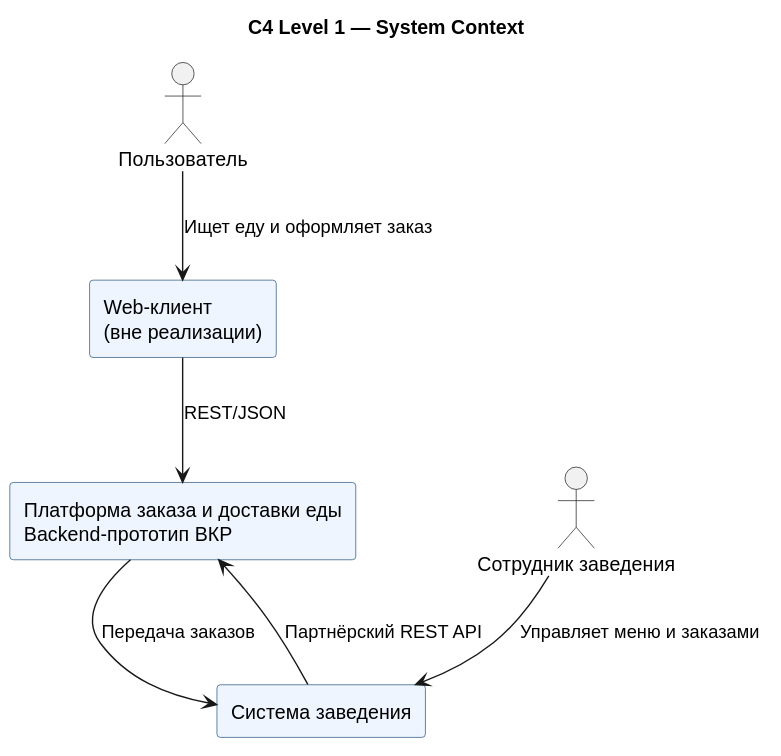
Above: docs/rendered/c4-context.svg in leedcee/restaurant-delivery-microservices (PlantUML), before the change.
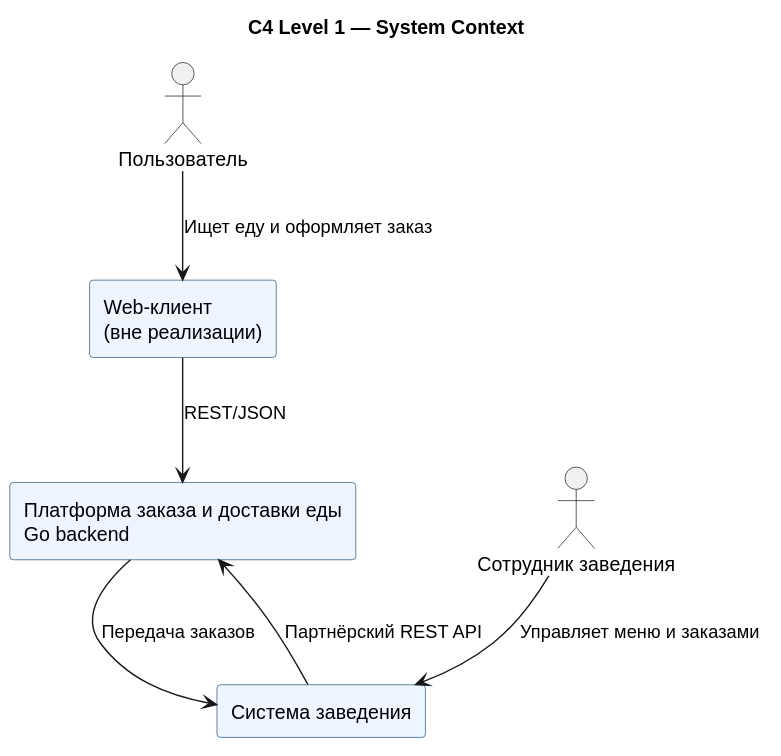
Later version of the same file.

Commit message:
Present platform as standalone project

What changed in the source:
```diff
@@ -7,7 +7,7 @@
 actor "Пользователь" as user
 actor "Сотрудник заведения" as partner
 rectangle "Web-клиент\n(вне реализации)" as web
-rectangle "Платформа заказа и доставки еды\nBackend-прототип ВКР" as platform
+rectangle "Платформа заказа и доставки еды\nGo backend" as platform
 rectangle "Система заведения" as restaurant
 
 user --> web : Ищет еду и оформляет заказ
```
